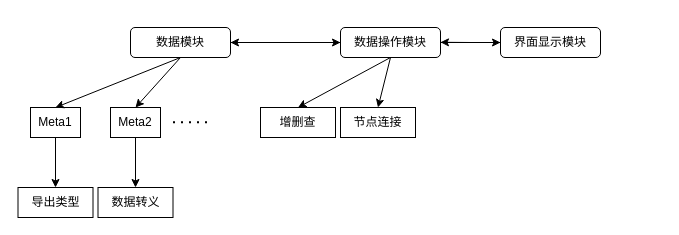
Before: Untitled Diagram.drawio in ly350268634/tensorflow, a draw.io diagram. Source tidied: cells renumbered, new cells numbered last; positions are measured from the earlier drawing's top-left corner, leaving out a move shared by most shapes. Both pictures are drawn from the tidied source at 100%, with x=0, y=0 at pixel (18, 27).
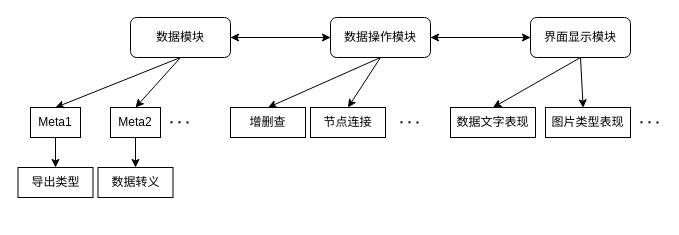
After the change.

What changed in the source:
```diff
@@
     <mxCell id="3" value="数据模块" style="rounded=1;whiteSpace=wrap;html=1;" parent="1" vertex="1">
-      <mxGeometry x="112" width="100" height="30" as="geometry" />
+      <mxGeometry x="112" y="-10" width="100" height="40" as="geometry" />
     </mxCell>
@@
     <mxCell id="6" value="数据操作模块" style="rounded=1;whiteSpace=wrap;html=1;" parent="1" vertex="1">
-      <mxGeometry x="322" width="100" height="30" as="geometry" />
+      <mxGeometry x="312" y="-10" width="100" height="40" as="geometry" />
     </mxCell>
-    <mxCell id="7" style="edgeStyle=orthogonalEdgeStyle;rounded=0;jettySize=auto;html=1;exitX=0;exitY=0.5;exitDx=0;exitDy=0;" parent="1" edge="1" source="8">
-      <mxGeometry relative="1" as="geometry">
-        <mxPoint x="422" y="14.8" as="targetPoint" />
-      </mxGeometry>
+    <mxCell id="7" style="edgeStyle=orthogonalEdgeStyle;rounded=0;jettySize=auto;html=1;exitX=0;exitY=0.5;exitDx=0;exitDy=0;" parent="1" edge="1" source="8" target="6">
+      <mxGeometry relative="1" as="geometry" />
     </mxCell>
     <mxCell id="8" value="界面显示模块" style="rounded=1;whiteSpace=wrap;html=1;" parent="1" vertex="1">
-      <mxGeometry x="482" width="100" height="30" as="geometry" />
+      <mxGeometry x="512" y="-10" width="100" height="40" as="geometry" />
     </mxCell>
@@
     <mxCell id="15" value="导出类型" style="rounded=0;whiteSpace=wrap;html=1;" parent="1" vertex="1">
-      <mxGeometry x="-0.5" y="160" width="75" height="30" as="geometry" />
+      <mxGeometry x="-0.5" y="140" width="75" height="30" as="geometry" />
     </mxCell>
     <mxCell id="16" value="数据转义" style="rounded=0;whiteSpace=wrap;html=1;" parent="1" vertex="1">
-      <mxGeometry x="79.5" y="160" width="75" height="30" as="geometry" />
+      <mxGeometry x="79.5" y="140" width="75" height="30" as="geometry" />
     </mxCell>
     <mxCell id="17" style="endArrow=none;dashed=1;html=1;dashPattern=1 3;strokeWidth=2;" parent="1" edge="1">
       <mxGeometry relative="1" as="geometry">
-        <mxPoint x="154.5" y="94.7" as="sourcePoint" />
-        <mxPoint x="194.5" y="94.7" as="targetPoint" />
+        <mxPoint x="152" y="94.7" as="sourcePoint" />
+        <mxPoint x="172" y="95" as="targetPoint" />
       </mxGeometry>
     </mxCell>
     <mxCell id="18" value="增删查" style="rounded=0;whiteSpace=wrap;html=1;" parent="1" vertex="1">
-      <mxGeometry x="242" y="80" width="75" height="30" as="geometry" />
+      <mxGeometry x="212" y="80" width="75" height="30" as="geometry" />
     </mxCell>
     <mxCell id="19" value="节点连接" style="rounded=0;whiteSpace=wrap;html=1;" parent="1" vertex="1">
-      <mxGeometry x="322" y="80" width="75" height="30" as="geometry" />
+      <mxGeometry x="292" y="80" width="75" height="30" as="geometry" />
     </mxCell>
@@
+    <mxCell id="22" style="endArrow=none;dashed=1;html=1;dashPattern=1 3;strokeWidth=2;" parent="1" edge="1">
+      <mxGeometry relative="1" as="geometry">
+        <mxPoint x="382" y="94.7" as="sourcePoint" />
+        <mxPoint x="402" y="95" as="targetPoint" />
+      </mxGeometry>
+    </mxCell>
+    <mxCell id="23" value="数据文字表现" style="rounded=0;whiteSpace=wrap;html=1;" parent="1" vertex="1">
+      <mxGeometry x="432" y="80" width="85" height="30" as="geometry" />
+    </mxCell>
+    <mxCell id="24" style="endArrow=classic;html=1;exitX=0.5;exitY=1;exitDx=0;exitDy=0;entryX=0.5;entryY=0;entryDx=0;entryDy=0;" parent="1" edge="1" source="8" target="23">
+      <mxGeometry relative="1" as="geometry" />
+    </mxCell>
+    <mxCell id="25" value="图片类型表现" style="rounded=0;whiteSpace=wrap;html=1;" parent="1" vertex="1">
+      <mxGeometry x="527" y="80" width="85" height="30" as="geometry" />
+    </mxCell>
+    <mxCell id="26" style="endArrow=classic;html=1;exitX=0.5;exitY=1;exitDx=0;exitDy=0;entryX=0.443;entryY=0.009;entryDx=0;entryDy=0;entryPerimeter=0;" parent="1" edge="1" source="8" target="25">
+      <mxGeometry relative="1" as="geometry" />
+    </mxCell>
+    <mxCell id="27" style="endArrow=none;dashed=1;html=1;dashPattern=1 3;strokeWidth=2;" parent="1" edge="1">
+      <mxGeometry relative="1" as="geometry">
+        <mxPoint x="622" y="94.7" as="sourcePoint" />
+        <mxPoint x="642" y="95" as="targetPoint" />
+      </mxGeometry>
+    </mxCell>
```
